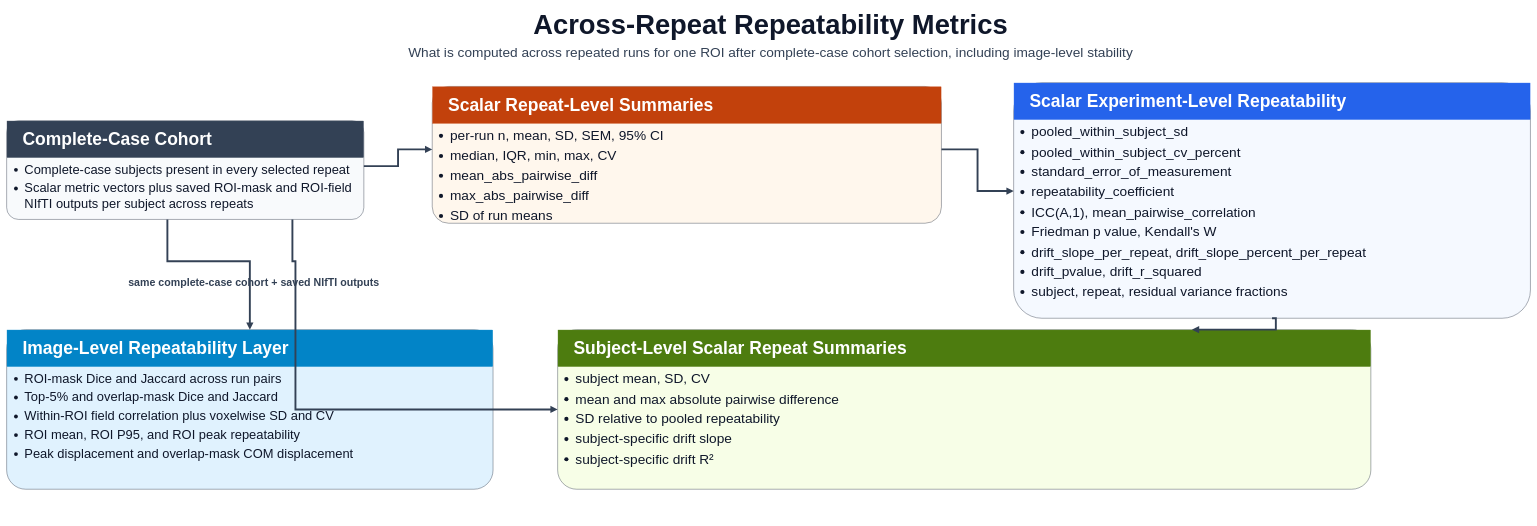
Above: SimNIBS/Scripts/CamCan_Experiment/docs/post_pipeline_metric_flowchart_across_repeat_repeatability_metrics.drawio in DFrogBinder/TI_Pipeline (draw.io), before the change. Source tidied: cells renumbered, new cells numbered last; positions are measured from the earlier drawing's top-left corner, leaving out a move shared by most shapes. Both pictures are drawn from the tidied source at 38%, with x=0, y=0 at pixel (6, 6).
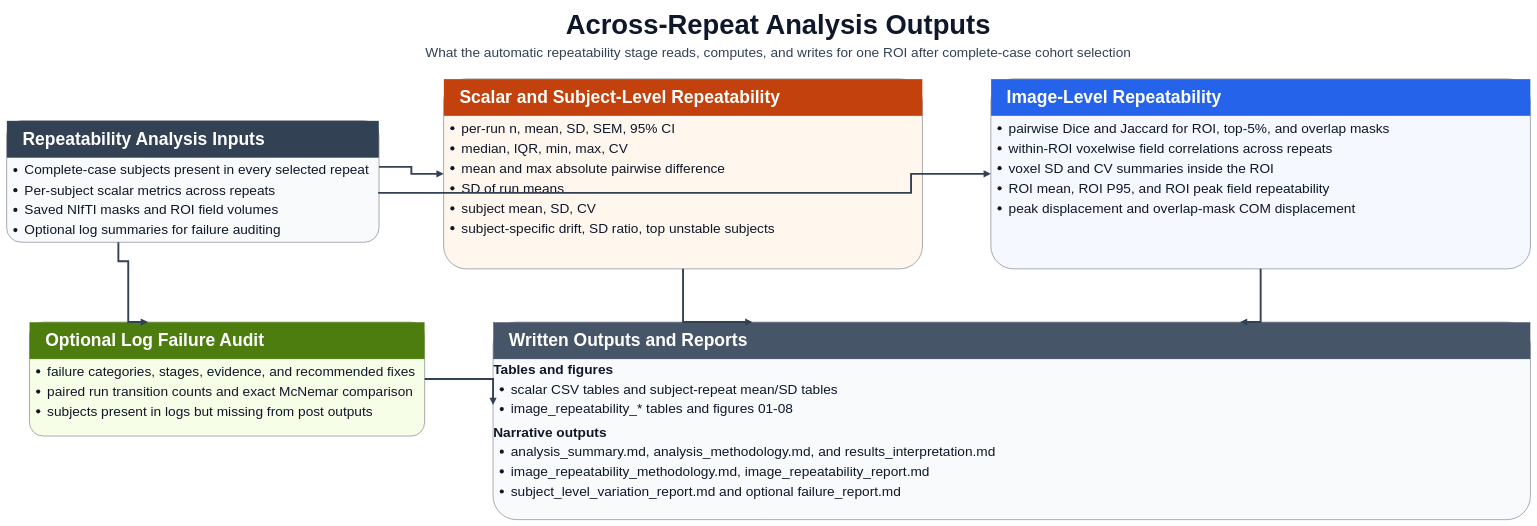
After the change.

Commit message (it also covers changes not shown here):
various edits to the flowchart

The edit, as a diff of the source:
```diff
@@
-    <mxCell id="2" value="Across-Repeat Repeatability Metrics" style="text;html=1;strokeColor=none;fillColor=none;align=center;verticalAlign=middle;fontSize=72;fontStyle=1;fontColor=#0F172A;" parent="1" vertex="1">
-      <mxGeometry x="220" width="3580" height="96" as="geometry" />
+    <mxCell id="2" value="Across-Repeat Analysis Outputs" style="text;html=1;strokeColor=none;fillColor=none;align=center;verticalAlign=middle;fontSize=72;fontStyle=1;fontColor=#0F172A;" parent="1" vertex="1">
+      <mxGeometry x="220" width="3620" height="96" as="geometry" />
     </mxCell>
-    <mxCell id="3" value="What is computed across repeated runs for one ROI after complete-case cohort selection, including image-level stability" style="text;html=1;strokeColor=none;fillColor=none;align=center;verticalAlign=middle;fontSize=36;fontColor=#334155;" parent="1" vertex="1">
-      <mxGeometry x="120" y="92" width="3780" height="56" as="geometry" />
+    <mxCell id="3" value="What the automatic repeatability stage reads, computes, and writes for one ROI after complete-case cohort selection" style="text;html=1;strokeColor=none;fillColor=none;align=center;verticalAlign=middle;fontSize=36;fontColor=#334155;" parent="1" vertex="1">
+      <mxGeometry x="120" y="92" width="3820" height="56" as="geometry" />
     </mxCell>
     <mxCell id="4" style="rounded=1;arcSize=12;whiteSpace=wrap;html=1;fillColor=#F8FAFC;strokeColor=#1E293B;" parent="1" vertex="1">
-      <mxGeometry y="300" width="940" height="260" as="geometry" />
+      <mxGeometry y="300" width="980" height="320" as="geometry" />
     </mxCell>
     <mxCell id="5" style="rounded=0;whiteSpace=wrap;html=1;fillColor=#334155;strokeColor=#334155;" parent="1" vertex="1">
-      <mxGeometry x="1" y="301" width="938" height="96" as="geometry" />
+      <mxGeometry x="1" y="301" width="978" height="96" as="geometry" />
     </mxCell>
-    <mxCell id="6" value="Complete-Case Cohort" style="text;html=1;strokeColor=none;fillColor=none;align=left;verticalAlign=middle;spacingLeft=30;fontSize=46;fontStyle=1;fontColor=#FFFFFF;" parent="1" vertex="1">
-      <mxGeometry x="10" y="318" width="920" height="60" as="geometry" />
+    <mxCell id="6" value="Repeatability Analysis Inputs" style="text;html=1;strokeColor=none;fillColor=none;align=left;verticalAlign=middle;spacingLeft=30;fontSize=46;fontStyle=1;fontColor=#FFFFFF;" parent="1" vertex="1">
+      <mxGeometry x="10" y="318" width="960" height="60" as="geometry" />
     </mxCell>
-    <mxCell id="7" value="&lt;div style='font-size:34px;line-height:1.22;color:#0F172A;'&gt;&lt;ul style='margin:4px 0 0 22px;padding-left:24px;'&gt;&lt;li style='margin:0 0 8px 0;'&gt;Complete-case subjects present in every selected repeat&lt;/li&gt;&lt;li style='margin:0 0 8px 0;'&gt;Scalar metric vectors plus saved ROI-mask and ROI-field NIfTI outputs per subject across repeats&lt;/li&gt;&lt;/ul&gt;&lt;/div&gt;" style="text;html=1;whiteSpace=wrap;align=left;verticalAlign=top;spacingLeft=24;spacingRight=24;spacingTop=14;strokeColor=none;fillColor=none;fontSize=34;fontColor=#0F172A;overflow=fill;" parent="1" vertex="1">
-      <mxGeometry x="1" y="404" width="938" height="154" as="geometry" />
+    <mxCell id="7" value="&lt;div style='font-size:36px;line-height:1.24;color:#0F172A;'&gt;&lt;ul style='margin:4px 0 0 22px;padding-left:24px;'&gt;&lt;li style='margin:0 0 8px 0;'&gt;Complete-case subjects present in every selected repeat&lt;/li&gt;&lt;li style='margin:0 0 8px 0;'&gt;Per-subject scalar metrics across repeats&lt;/li&gt;&lt;li style='margin:0 0 8px 0;'&gt;Saved NIfTI masks and ROI field volumes&lt;/li&gt;&lt;li style='margin:0 0 8px 0;'&gt;Optional log summaries for failure auditing&lt;/li&gt;&lt;/ul&gt;&lt;/div&gt;" style="text;html=1;whiteSpace=wrap;align=left;verticalAlign=top;spacingLeft=24;spacingRight=24;spacingTop=14;strokeColor=none;fillColor=none;fontSize=36;fontColor=#0F172A;overflow=fill;" parent="1" vertex="1">
+      <mxGeometry x="1" y="404" width="978" height="214" as="geometry" />
     </mxCell>
     <mxCell id="8" style="rounded=1;arcSize=12;whiteSpace=wrap;html=1;fillColor=#FFF7ED;strokeColor=#1E293B;" parent="1" vertex="1">
-      <mxGeometry x="1120" y="210" width="1340" height="360" as="geometry" />
+      <mxGeometry x="1150" y="190" width="1260" height="500" as="geometry" />
     </mxCell>
     <mxCell id="9" style="rounded=0;whiteSpace=wrap;html=1;fillColor=#C2410C;strokeColor=#C2410C;" parent="1" vertex="1">
-      <mxGeometry x="1121" y="211" width="1338" height="96" as="geometry" />
+      <mxGeometry x="1151" y="191" width="1258" height="96" as="geometry" />
     </mxCell>
-    <mxCell id="10" value="Scalar Repeat-Level Summaries" style="text;html=1;strokeColor=none;fillColor=none;align=left;verticalAlign=middle;spacingLeft=30;fontSize=46;fontStyle=1;fontColor=#FFFFFF;" parent="1" vertex="1">
-      <mxGeometry x="1130" y="228" width="1320" height="60" as="geometry" />
+    <mxCell id="10" value="Scalar and Subject-Level Repeatability" style="text;html=1;strokeColor=none;fillColor=none;align=left;verticalAlign=middle;spacingLeft=30;fontSize=46;fontStyle=1;fontColor=#FFFFFF;" parent="1" vertex="1">
+      <mxGeometry x="1160" y="208" width="1240" height="60" as="geometry" />
     </mxCell>
-    <mxCell id="11" value="&lt;div style='font-size:36px;line-height:1.24;color:#0F172A;'&gt;&lt;ul style='margin:4px 0 0 22px;padding-left:24px;'&gt;&lt;li style='margin:0 0 8px 0;'&gt;per-run n, mean, SD, SEM, 95% CI&lt;/li&gt;&lt;li style='margin:0 0 8px 0;'&gt;median, IQR, min, max, CV&lt;/li&gt;&lt;li style='margin:0 0 8px 0;'&gt;mean_abs_pairwise_diff&lt;/li&gt;&lt;li style='margin:0 0 8px 0;'&gt;max_abs_pairwise_diff&lt;/li&gt;&lt;li style='margin:0 0 8px 0;'&gt;SD of run means&lt;/li&gt;&lt;/ul&gt;&lt;/div&gt;" style="text;html=1;whiteSpace=wrap;align=left;verticalAlign=top;spacingLeft=24;spacingRight=24;spacingTop=14;strokeColor=none;fillColor=none;fontSize=36;fontColor=#0F172A;overflow=fill;" parent="1" vertex="1">
-      <mxGeometry x="1121" y="314" width="1338" height="254" as="geometry" />
+    <mxCell id="11" value="&lt;div style='font-size:36px;line-height:1.24;color:#0F172A;'&gt;&lt;ul style='margin:4px 0 0 22px;padding-left:24px;'&gt;&lt;li style='margin:0 0 8px 0;'&gt;per-run n, mean, SD, SEM, 95% CI&lt;/li&gt;&lt;li style='margin:0 0 8px 0;'&gt;median, IQR, min, max, CV&lt;/li&gt;&lt;li style='margin:0 0 8px 0;'&gt;mean and max absolute pairwise difference&lt;/li&gt;&lt;li style='margin:0 0 8px 0;'&gt;SD of run means&lt;/li&gt;&lt;li style='margin:0 0 8px 0;'&gt;subject mean, SD, CV&lt;/li&gt;&lt;li style='margin:0 0 8px 0;'&gt;subject-specific drift, SD ratio, top unstable subjects&lt;/li&gt;&lt;/ul&gt;&lt;/div&gt;" style="text;html=1;whiteSpace=wrap;align=left;verticalAlign=top;spacingLeft=24;spacingRight=24;spacingTop=14;strokeColor=none;fillColor=none;fontSize=36;fontColor=#0F172A;overflow=fill;" parent="1" vertex="1">
+      <mxGeometry x="1151" y="294" width="1258" height="394" as="geometry" />
     </mxCell>
     <mxCell id="12" style="rounded=1;arcSize=12;whiteSpace=wrap;html=1;fillColor=#F5F9FF;strokeColor=#1E293B;" parent="1" vertex="1">
-      <mxGeometry x="2650" y="200" width="1360" height="620" as="geometry" />
+      <mxGeometry x="2590" y="190" width="1420" height="500" as="geometry" />
     </mxCell>
     <mxCell id="13" style="rounded=0;whiteSpace=wrap;html=1;fillColor=#2563EB;strokeColor=#2563EB;" parent="1" vertex="1">
-      <mxGeometry x="2651" y="201" width="1358" height="96" as="geometry" />
+      <mxGeometry x="2591" y="191" width="1418" height="96" as="geometry" />
     </mxCell>
-    <mxCell id="14" value="Scalar Experiment-Level Repeatability" style="text;html=1;strokeColor=none;fillColor=none;align=left;verticalAlign=middle;spacingLeft=30;fontSize=46;fontStyle=1;fontColor=#FFFFFF;" parent="1" vertex="1">
-      <mxGeometry x="2660" y="218" width="1340" height="60" as="geometry" />
+    <mxCell id="14" value="Image-Level Repeatability" style="text;html=1;strokeColor=none;fillColor=none;align=left;verticalAlign=middle;spacingLeft=30;fontSize=46;fontStyle=1;fontColor=#FFFFFF;" parent="1" vertex="1">
+      <mxGeometry x="2600" y="208" width="1400" height="60" as="geometry" />
     </mxCell>
-    <mxCell id="15" value="&lt;div style='font-size:36px;line-height:1.24;color:#0F172A;'&gt;&lt;ul style='margin:4px 0 0 22px;padding-left:24px;'&gt;&lt;li style='margin:0 0 8px 0;'&gt;pooled_within_subject_sd&lt;/li&gt;&lt;li style='margin:0 0 8px 0;'&gt;pooled_within_subject_cv_percent&lt;/li&gt;&lt;li style='margin:0 0 8px 0;'&gt;standard_error_of_measurement&lt;/li&gt;&lt;li style='margin:0 0 8px 0;'&gt;repeatability_coefficient&lt;/li&gt;&lt;li style='margin:0 0 8px 0;'&gt;ICC(A,1), mean_pairwise_correlation&lt;/li&gt;&lt;li style='margin:0 0 8px 0;'&gt;Friedman p value, Kendall&amp;#x27;s W&lt;/li&gt;&lt;li style='margin:0 0 8px 0;'&gt;drift_slope_per_repeat, drift_slope_percent_per_repeat&lt;/li&gt;&lt;li style='margin:0 0 8px 0;'&gt;drift_pvalue, drift_r_squared&lt;/li&gt;&lt;li style='margin:0 0 8px 0;'&gt;subject, repeat, residual variance fractions&lt;/li&gt;&lt;/ul&gt;&lt;/div&gt;" style="text;html=1;whiteSpace=wrap;align=left;verticalAlign=top;spacingLeft=24;spacingRight=24;spacingTop=14;strokeColor=none;fillColor=none;fontSize=36;fontColor=#0F172A;overflow=fill;" parent="1" vertex="1">
-      <mxGeometry x="2651" y="304" width="1358" height="514" as="geometry" />
+    <mxCell id="15" value="&lt;div style='font-size:36px;line-height:1.24;color:#0F172A;'&gt;&lt;ul style='margin:4px 0 0 22px;padding-left:24px;'&gt;&lt;li style='margin:0 0 8px 0;'&gt;pairwise Dice and Jaccard for ROI, top-5%, and overlap masks&lt;/li&gt;&lt;li style='margin:0 0 8px 0;'&gt;within-ROI voxelwise field correlations across repeats&lt;/li&gt;&lt;li style='margin:0 0 8px 0;'&gt;voxel SD and CV summaries inside the ROI&lt;/li&gt;&lt;li style='margin:0 0 8px 0;'&gt;ROI mean, ROI P95, and ROI peak field repeatability&lt;/li&gt;&lt;li style='margin:0 0 8px 0;'&gt;peak displacement and overlap-mask COM displacement&lt;/li&gt;&lt;/ul&gt;&lt;/div&gt;" style="text;html=1;whiteSpace=wrap;align=left;verticalAlign=top;spacingLeft=24;spacingRight=24;spacingTop=14;strokeColor=none;fillColor=none;fontSize=36;fontColor=#0F172A;overflow=fill;" parent="1" vertex="1">
+      <mxGeometry x="2591" y="294" width="1418" height="394" as="geometry" />
     </mxCell>
     <mxCell id="16" style="rounded=1;arcSize=12;whiteSpace=wrap;html=1;fillColor=#F7FEE7;strokeColor=#1E293B;" parent="1" vertex="1">
-      <mxGeometry x="1450" y="850" width="2140" height="420" as="geometry" />
+      <mxGeometry x="60" y="830" width="1040" height="300" as="geometry" />
     </mxCell>
     <mxCell id="17" style="rounded=0;whiteSpace=wrap;html=1;fillColor=#4D7C0F;strokeColor=#4D7C0F;" parent="1" vertex="1">
-      <mxGeometry x="1451" y="851" width="2138" height="96" as="geometry" />
+      <mxGeometry x="61" y="831" width="1038" height="96" as="geometry" />
     </mxCell>
-    <mxCell id="18" value="Subject-Level Scalar Repeat Summaries" style="text;html=1;strokeColor=none;fillColor=none;align=left;verticalAlign=middle;spacingLeft=30;fontSize=46;fontStyle=1;fontColor=#FFFFFF;" parent="1" vertex="1">
-      <mxGeometry x="1460" y="868" width="2120" height="60" as="geometry" />
+    <mxCell id="18" value="Optional Log Failure Audit" style="text;html=1;strokeColor=none;fillColor=none;align=left;verticalAlign=middle;spacingLeft=30;fontSize=46;fontStyle=1;fontColor=#FFFFFF;" parent="1" vertex="1">
+      <mxGeometry x="70" y="848" width="1020" height="60" as="geometry" />
     </mxCell>
-    <mxCell id="19" value="&lt;div style='font-size:36px;line-height:1.24;color:#0F172A;'&gt;&lt;ul style='margin:4px 0 0 22px;padding-left:24px;'&gt;&lt;li style='margin:0 0 8px 0;'&gt;subject mean, SD, CV&lt;/li&gt;&lt;li style='margin:0 0 8px 0;'&gt;mean and max absolute pairwise difference&lt;/li&gt;&lt;li style='margin:0 0 8px 0;'&gt;SD relative to pooled repeatability&lt;/li&gt;&lt;li style='margin:0 0 8px 0;'&gt;subject-specific drift slope&lt;/li&gt;&lt;li style='margin:0 0 8px 0;'&gt;subject-specific drift R²&lt;/li&gt;&lt;/ul&gt;&lt;/div&gt;" style="text;html=1;whiteSpace=wrap;align=left;verticalAlign=top;spacingLeft=24;spacingRight=24;spacingTop=14;strokeColor=none;fillColor=none;fontSize=36;fontColor=#0F172A;overflow=fill;" parent="1" vertex="1">
-      <mxGeometry x="1451" y="954" width="2138" height="314" as="geometry" />
+    <mxCell id="19" value="&lt;div style='font-size:36px;line-height:1.24;color:#0F172A;'&gt;&lt;ul style='margin:4px 0 0 22px;padding-left:24px;'&gt;&lt;li style='margin:0 0 8px 0;'&gt;failure categories, stages, evidence, and recommended fixes&lt;/li&gt;&lt;li style='margin:0 0 8px 0;'&gt;paired run transition counts and exact McNemar comparison&lt;/li&gt;&lt;li style='margin:0 0 8px 0;'&gt;subjects present in logs but missing from post outputs&lt;/li&gt;&lt;/ul&gt;&lt;/div&gt;" style="text;html=1;whiteSpace=wrap;align=left;verticalAlign=top;spacingLeft=24;spacingRight=24;spacingTop=14;strokeColor=none;fillColor=none;fontSize=36;fontColor=#0F172A;overflow=fill;" parent="1" vertex="1">
+      <mxGeometry x="61" y="934" width="1038" height="194" as="geometry" />
     </mxCell>
-    <mxCell id="20" style="rounded=1;arcSize=12;whiteSpace=wrap;html=1;fillColor=#E0F2FE;strokeColor=#1E293B;" parent="1" vertex="1">
-      <mxGeometry y="850" width="1280" height="420" as="geometry" />
+    <mxCell id="20" style="rounded=1;arcSize=12;whiteSpace=wrap;html=1;fillColor=#F8FAFC;strokeColor=#1E293B;" parent="1" vertex="1">
+      <mxGeometry x="1280" y="830" width="2730" height="520" as="geometry" />
     </mxCell>
-    <mxCell id="21" style="rounded=0;whiteSpace=wrap;html=1;fillColor=#0284C7;strokeColor=#0284C7;" parent="1" vertex="1">
-      <mxGeometry x="1" y="851" width="1278" height="96" as="geometry" />
+    <mxCell id="21" style="rounded=0;whiteSpace=wrap;html=1;fillColor=#475569;strokeColor=#475569;" parent="1" vertex="1">
+      <mxGeometry x="1281" y="831" width="2728" height="96" as="geometry" />
     </mxCell>
-    <mxCell id="22" value="Image-Level Repeatability Layer" style="text;html=1;strokeColor=none;fillColor=none;align=left;verticalAlign=middle;spacingLeft=30;fontSize=46;fontStyle=1;fontColor=#FFFFFF;" parent="1" vertex="1">
-      <mxGeometry x="10" y="868" width="1260" height="60" as="geometry" />
+    <mxCell id="22" value="Written Outputs and Reports" style="text;html=1;strokeColor=none;fillColor=none;align=left;verticalAlign=middle;spacingLeft=30;fontSize=46;fontStyle=1;fontColor=#FFFFFF;" parent="1" vertex="1">
+      <mxGeometry x="1290" y="848" width="2710" height="60" as="geometry" />
     </mxCell>
-    <mxCell id="23" value="&lt;div style='font-size:34px;line-height:1.22;color:#0F172A;'&gt;&lt;ul style='margin:4px 0 0 22px;padding-left:24px;'&gt;&lt;li style='margin:0 0 8px 0;'&gt;ROI-mask Dice and Jaccard across run pairs&lt;/li&gt;&lt;li style='margin:0 0 8px 0;'&gt;Top-5% and overlap-mask Dice and Jaccard&lt;/li&gt;&lt;li style='margin:0 0 8px 0;'&gt;Within-ROI field correlation plus voxelwise SD and CV&lt;/li&gt;&lt;li style='margin:0 0 8px 0;'&gt;ROI mean, ROI P95, and ROI peak repeatability&lt;/li&gt;&lt;li style='margin:0 0 8px 0;'&gt;Peak displacement and overlap-mask COM displacement&lt;/li&gt;&lt;/ul&gt;&lt;/div&gt;" style="text;html=1;whiteSpace=wrap;align=left;verticalAlign=top;spacingLeft=24;spacingRight=24;spacingTop=14;strokeColor=none;fillColor=none;fontSize=34;fontColor=#0F172A;overflow=fill;" parent="1" vertex="1">
-      <mxGeometry x="1" y="954" width="1278" height="314" as="geometry" />
+    <mxCell id="23" value="&lt;div style='font-size:36px;line-height:1.24;color:#0F172A;'&gt;&lt;div style='margin:0 0 6px 0;font-weight:700;'&gt;Tables and figures&lt;/div&gt;&lt;ul style='margin:4px 0 0 22px;padding-left:24px;'&gt;&lt;li style='margin:0 0 8px 0;'&gt;scalar CSV tables and subject-repeat mean/SD tables&lt;/li&gt;&lt;li style='margin:0 0 8px 0;'&gt;image_repeatability_* tables and figures 01-08&lt;/li&gt;&lt;/ul&gt;&lt;div style='margin:16px 0 6px 0;font-weight:700;'&gt;Narrative outputs&lt;/div&gt;&lt;ul style='margin:4px 0 0 22px;padding-left:24px;'&gt;&lt;li style='margin:0 0 8px 0;'&gt;analysis_summary.md, analysis_methodology.md, and results_interpretation.md&lt;/li&gt;&lt;li style='margin:0 0 8px 0;'&gt;image_repeatability_methodology.md, image_repeatability_report.md&lt;/li&gt;&lt;li style='margin:0 0 8px 0;'&gt;subject_level_variation_report.md and optional failure_report.md&lt;/li&gt;&lt;/ul&gt;&lt;/div&gt;" style="text;html=1;whiteSpace=wrap;align=left;verticalAlign=top;spacingLeft=24;spacingRight=24;spacingTop=14;strokeColor=none;fillColor=none;fontSize=36;fontColor=#0F172A;overflow=fill;" parent="1" vertex="1">
+      <mxGeometry x="1281" y="934" width="2728" height="414" as="geometry" />
     </mxCell>
-    <mxCell id="24" style="edgeStyle=orthogonalEdgeStyle;rounded=0;jettySize=auto;html=1;strokeColor=#334155;strokeWidth=5;endArrow=block;endFill=1;exitX=1.0;exitY=0.46;entryX=0.0;entryY=0.46;" parent="1" edge="1" source="4" target="8">
+    <mxCell id="24" style="edgeStyle=orthogonalEdgeStyle;rounded=0;jettySize=auto;html=1;strokeColor=#334155;strokeWidth=5;endArrow=block;endFill=1;exitX=1.0;exitY=0.38;entryX=0.0;entryY=0.5;" parent="1" edge="1" source="4" target="8">
       <mxGeometry relative="1" as="geometry" />
     </mxCell>
-    <mxCell id="25" style="edgeStyle=orthogonalEdgeStyle;rounded=0;jettySize=auto;html=1;strokeColor=#334155;strokeWidth=5;endArrow=block;endFill=1;exitX=1.0;exitY=0.46;entryX=0.0;entryY=0.46;" parent="1" edge="1" source="8" target="12">
-      <mxGeometry relative="1" as="geometry" />
+    <mxCell id="25" style="edgeStyle=orthogonalEdgeStyle;rounded=0;jettySize=auto;html=1;strokeColor=#334155;strokeWidth=5;endArrow=block;endFill=1;exitX=1.0;exitY=0.6;entryX=0.0;entryY=0.5;" parent="1" edge="1" source="4" target="12">
+      <mxGeometry relative="1" as="geometry">
+        <Array as="points">
+          <mxPoint x="1060" y="490" />
+          <mxPoint x="2380" y="490" />
+          <mxPoint x="2380" y="440" />
+          <mxPoint x="2590" y="440" />
+        </Array>
+      </mxGeometry>
     </mxCell>
-    <mxCell id="26" style="edgeStyle=orthogonalEdgeStyle;rounded=0;jettySize=auto;html=1;strokeColor=#334155;strokeWidth=5;endArrow=block;endFill=1;exitX=0.5;exitY=1.0;entryX=0.78;entryY=0.0;" parent="1" edge="1" source="12" target="16">
+    <mxCell id="26" style="edgeStyle=orthogonalEdgeStyle;rounded=0;jettySize=auto;html=1;strokeColor=#334155;strokeWidth=5;endArrow=block;endFill=1;exitX=0.3;exitY=1.0;entryX=0.3;entryY=0.0;" parent="1" edge="1" source="4" target="16">
       <mxGeometry relative="1" as="geometry">
         <Array as="points">
-          <mxPoint x="3340" y="820" />
-          <mxPoint x="3340" y="850" />
+          <mxPoint x="320" y="670" />
+          <mxPoint x="320" y="830" />
         </Array>
       </mxGeometry>
     </mxCell>
-    <mxCell id="27" style="edgeStyle=orthogonalEdgeStyle;rounded=0;jettySize=auto;html=1;strokeColor=#334155;strokeWidth=5;endArrow=block;endFill=1;exitX=0.8;exitY=1.0;entryX=0.0;entryY=0.5;" parent="1" edge="1" source="4" target="16">
+    <mxCell id="27" style="edgeStyle=orthogonalEdgeStyle;rounded=0;jettySize=auto;html=1;strokeColor=#334155;strokeWidth=5;endArrow=block;endFill=1;exitX=0.5;exitY=1.0;entryX=0.25;entryY=0.0;" parent="1" edge="1" source="8" target="20">
       <mxGeometry relative="1" as="geometry">
         <Array as="points">
-          <mxPoint x="760" y="670" />
-          <mxPoint x="760" y="1060" />
-          <mxPoint x="1450" y="1060" />
+          <mxPoint x="1780" y="730" />
+          <mxPoint x="1780" y="830" />
         </Array>
       </mxGeometry>
     </mxCell>
-    <mxCell id="28" style="edgeStyle=orthogonalEdgeStyle;rounded=0;jettySize=auto;html=1;strokeColor=#334155;strokeWidth=5;endArrow=block;endFill=1;exitX=0.45;exitY=1.0;entryX=0.5;entryY=0.0;" parent="1" edge="1" source="4" target="20">
+    <mxCell id="28" style="edgeStyle=orthogonalEdgeStyle;rounded=0;jettySize=auto;html=1;strokeColor=#334155;strokeWidth=5;endArrow=block;endFill=1;exitX=0.5;exitY=1.0;entryX=0.72;entryY=0.0;" parent="1" edge="1" source="12" target="20">
       <mxGeometry relative="1" as="geometry">
         <Array as="points">
-          <mxPoint x="470" y="670" />
-          <mxPoint x="640" y="670" />
-          <mxPoint x="640" y="850" />
+          <mxPoint x="3300" y="730" />
+          <mxPoint x="3300" y="830" />
         </Array>
       </mxGeometry>
     </mxCell>
-    <mxCell id="29" value="same complete-case cohort + saved NIfTI outputs" style="text;html=1;strokeColor=none;fillColor=none;align=center;verticalAlign=middle;fontSize=28;fontStyle=1;fontColor=#334155;" parent="1" vertex="1">
-      <mxGeometry x="250" y="706" width="800" height="40" as="geometry" />
-    </mxCell>
+    <mxCell id="30" style="edgeStyle=orthogonalEdgeStyle;rounded=0;jettySize=auto;html=1;strokeColor=#334155;strokeWidth=5;endArrow=block;endFill=1;exitX=1.0;exitY=0.5;entryX=0.0;entryY=0.42;" parent="1" edge="1" source="16" target="20">
+      <mxGeometry relative="1" as="geometry">
+        <Array as="points">
+          <mxPoint x="1140" y="980" />
+          <mxPoint x="1280" y="980" />
+        </Array>
+      </mxGeometry>
+    </mxCell>
```
